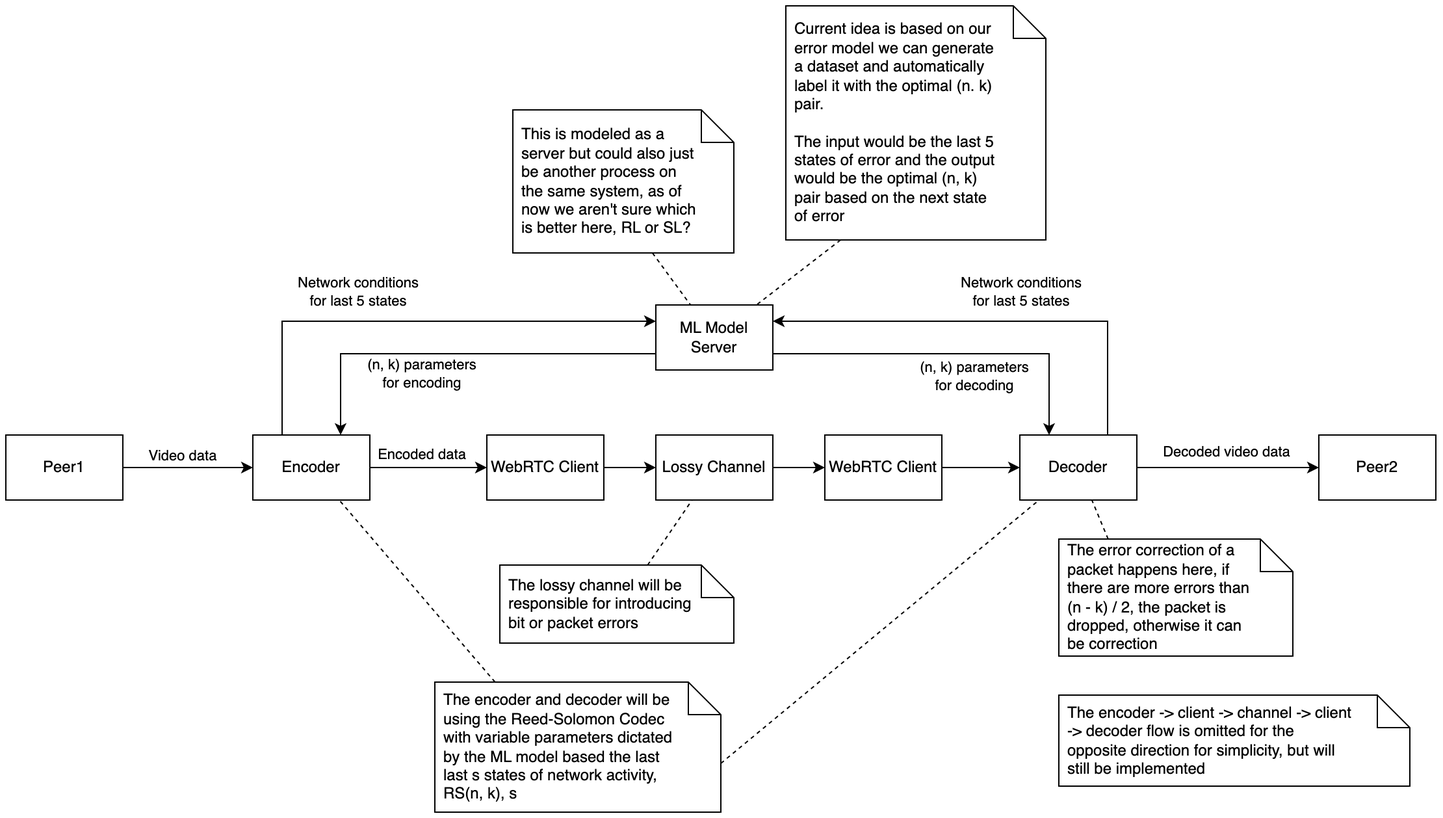
Above: system_diagram.png in jason-gerard/Adaptive-FEC-WebRTC (draw.io), before the change. Source tidied: cells renumbered, new cells last; positions are measured from the earlier drawing's top-left corner, leaving out a move shared by most shapes.
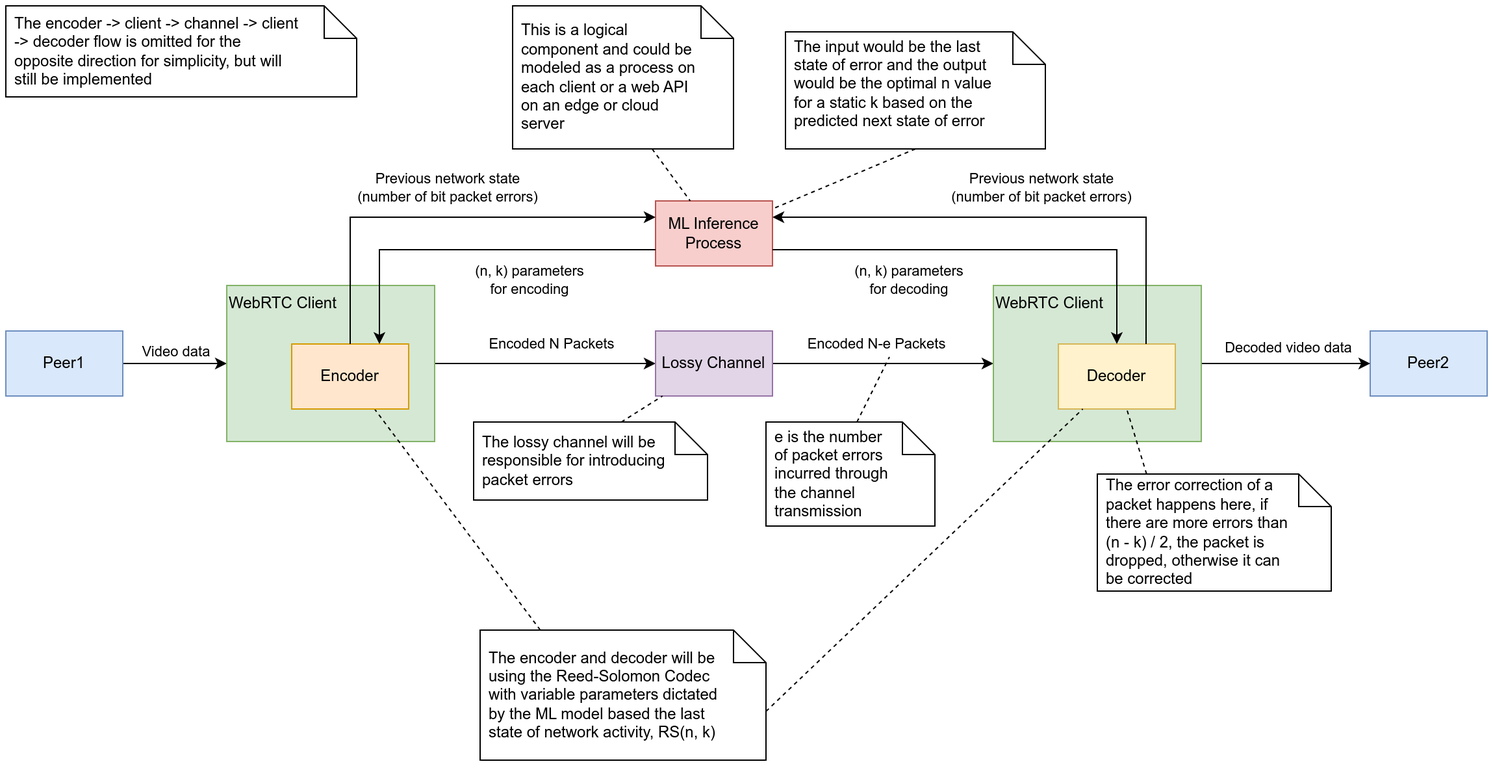
After the change.

The edit, as a diff of the source:
```diff
@@ -2,7 +2,7 @@
   <root>
     <mxCell id="0" />
     <mxCell id="1" parent="0" />
-    <mxCell id="2" style="edgeStyle=orthogonalEdgeStyle;rounded=0;jettySize=auto;html=1;exitX=1;exitY=0.5;exitDx=0;exitDy=0;entryX=0;entryY=0.5;entryDx=0;entryDy=0;" parent="1" edge="1" source="4" target="10">
+    <mxCell id="2" style="edgeStyle=orthogonalEdgeStyle;rounded=0;jettySize=auto;html=1;exitX=1;exitY=0.5;exitDx=0;exitDy=0;" parent="1" edge="1" source="4" target="17">
       <mxGeometry relative="1" as="geometry" />
     </mxCell>
     <mxCell id="3" value="Video data" style="edgeLabel;html=1;align=center;verticalAlign=middle;" parent="2" vertex="1">
@@ -10,77 +10,38 @@
         <mxPoint x="21" y="-10" as="offset" />
       </mxGeometry>
     </mxCell>
-    <mxCell id="4" value="Peer1" style="rounded=0;whiteSpace=wrap;html=1;" parent="1" vertex="1">
+    <mxCell id="4" value="Peer1" style="rounded=0;whiteSpace=wrap;html=1;fillColor=#dae8fc;strokeColor=#6c8ebf;" parent="1" vertex="1">
       <mxGeometry y="330" width="90" height="50" as="geometry" />
     </mxCell>
-    <mxCell id="5" value="Peer2" style="rounded=0;whiteSpace=wrap;html=1;" parent="1" vertex="1">
-      <mxGeometry x="1010" y="330" width="90" height="50" as="geometry" />
+    <mxCell id="5" value="Peer2" style="rounded=0;whiteSpace=wrap;html=1;fillColor=#dae8fc;strokeColor=#6c8ebf;" parent="1" vertex="1">
+      <mxGeometry x="1050" y="330" width="90" height="50" as="geometry" />
     </mxCell>
-    <mxCell id="6" style="edgeStyle=orthogonalEdgeStyle;rounded=0;jettySize=auto;html=1;entryX=0;entryY=0.25;entryDx=0;entryDy=0;exitX=0.25;exitY=0;exitDx=0;exitDy=0;" parent="1" edge="1" source="10" target="15">
-      <mxGeometry relative="1" as="geometry" />
-    </mxCell>
-    <mxCell id="7" value="Network conditions&lt;br&gt;for last 5 states" style="edgeLabel;html=1;align=center;verticalAlign=middle;" parent="6" vertex="1">
-      <mxGeometry x="-0.42" y="2" relative="1" as="geometry">
-        <mxPoint x="36" y="-21" as="offset" />
-      </mxGeometry>
-    </mxCell>
-    <mxCell id="8" style="edgeStyle=orthogonalEdgeStyle;rounded=0;jettySize=auto;html=1;exitX=1;exitY=0.5;exitDx=0;exitDy=0;entryX=0;entryY=0.5;entryDx=0;entryDy=0;" parent="1" edge="1" source="10" target="17">
-      <mxGeometry relative="1" as="geometry" />
-    </mxCell>
-    <mxCell id="9" value="Encoded data" style="edgeLabel;html=1;align=center;verticalAlign=middle;" parent="8" vertex="1">
-      <mxGeometry x="-0.21" relative="1" as="geometry">
-        <mxPoint x="4" y="-10" as="offset" />
-      </mxGeometry>
-    </mxCell>
-    <mxCell id="10" value="Encoder" style="rounded=0;whiteSpace=wrap;html=1;" parent="1" vertex="1">
-      <mxGeometry x="190" y="330" width="90" height="50" as="geometry" />
-    </mxCell>
-    <mxCell id="11" style="edgeStyle=orthogonalEdgeStyle;rounded=0;jettySize=auto;html=1;exitX=0;exitY=0.75;exitDx=0;exitDy=0;entryX=0.75;entryY=0;entryDx=0;entryDy=0;" parent="1" edge="1" source="15" target="10">
-      <mxGeometry relative="1" as="geometry" />
-    </mxCell>
-    <mxCell id="12" value="(n, k) parameters&lt;br&gt;for encoding" style="edgeLabel;html=1;align=center;verticalAlign=middle;" parent="11" vertex="1">
-      <mxGeometry x="0.3" y="-3" relative="1" as="geometry">
-        <mxPoint x="18" y="18" as="offset" />
-      </mxGeometry>
-    </mxCell>
-    <mxCell id="13" style="edgeStyle=orthogonalEdgeStyle;rounded=0;jettySize=auto;html=1;exitX=1;exitY=0.75;exitDx=0;exitDy=0;entryX=0.25;entryY=0;entryDx=0;entryDy=0;" parent="1" edge="1" source="15" target="26">
-      <mxGeometry relative="1" as="geometry" />
-    </mxCell>
-    <mxCell id="14" value="(n, k) parameters&lt;br style=&quot;border-color: var(--border-color);&quot;&gt;for decoding" style="edgeLabel;html=1;align=center;verticalAlign=middle;" parent="13" vertex="1">
-      <mxGeometry x="0.15" y="-1" relative="1" as="geometry">
-        <mxPoint x="-3" y="16" as="offset" />
-      </mxGeometry>
-    </mxCell>
-    <mxCell id="15" value="ML Model Server" style="rounded=0;whiteSpace=wrap;html=1;" parent="1" vertex="1">
+    <mxCell id="15" value="ML Inference Process" style="rounded=0;whiteSpace=wrap;html=1;fillColor=#f8cecc;strokeColor=#b85450;" parent="1" vertex="1">
       <mxGeometry x="500" y="230" width="90" height="50" as="geometry" />
     </mxCell>
     <mxCell id="16" style="edgeStyle=orthogonalEdgeStyle;rounded=0;jettySize=auto;html=1;exitX=1;exitY=0.5;exitDx=0;exitDy=0;entryX=0;entryY=0.5;entryDx=0;entryDy=0;" parent="1" edge="1" source="17" target="19">
       <mxGeometry relative="1" as="geometry" />
     </mxCell>
+    <mxCell id="45" value="Encoded N Packets" style="edgeLabel;html=1;align=center;verticalAlign=middle;" parent="16" vertex="1">
+      <mxGeometry x="-0.18" y="-2" relative="1" as="geometry">
+        <mxPoint x="21" y="-17" as="offset" />
+      </mxGeometry>
+    </mxCell>
-    <mxCell id="17" value="WebRTC Client" style="rounded=0;whiteSpace=wrap;html=1;" parent="1" vertex="1">
-      <mxGeometry x="370" y="330" width="90" height="50" as="geometry" />
+    <mxCell id="17" value="WebRTC Client" style="rounded=0;whiteSpace=wrap;html=1;verticalAlign=top;align=left;fillColor=#d5e8d4;strokeColor=#82b366;" parent="1" vertex="1">
+      <mxGeometry x="170" y="295" width="160" height="120" as="geometry" />
     </mxCell>
     <mxCell id="18" style="edgeStyle=orthogonalEdgeStyle;rounded=0;jettySize=auto;html=1;exitX=1;exitY=0.5;exitDx=0;exitDy=0;entryX=0;entryY=0.5;entryDx=0;entryDy=0;" parent="1" edge="1" source="19" target="21">
       <mxGeometry relative="1" as="geometry" />
     </mxCell>
+    <mxCell id="46" value="Encoded N-e Packets" style="edgeLabel;html=1;align=center;verticalAlign=middle;" parent="18" vertex="1">
+      <mxGeometry x="-0.19" y="2" relative="1" as="geometry">
+        <mxPoint x="11" y="-13" as="offset" />
+      </mxGeometry>
+    </mxCell>
-    <mxCell id="19" value="Lossy Channel" style="rounded=0;whiteSpace=wrap;html=1;" parent="1" vertex="1">
+    <mxCell id="19" value="Lossy Channel" style="rounded=0;whiteSpace=wrap;html=1;fillColor=#e1d5e7;strokeColor=#9673a6;" parent="1" vertex="1">
       <mxGeometry x="500" y="330" width="90" height="50" as="geometry" />
     </mxCell>
-    <mxCell id="20" style="edgeStyle=orthogonalEdgeStyle;rounded=0;jettySize=auto;html=1;exitX=1;exitY=0.5;exitDx=0;exitDy=0;entryX=0;entryY=0.5;entryDx=0;entryDy=0;" parent="1" edge="1" source="21" target="26">
-      <mxGeometry relative="1" as="geometry" />
-    </mxCell>
-    <mxCell id="21" value="WebRTC Client" style="rounded=0;whiteSpace=wrap;html=1;" parent="1" vertex="1">
-      <mxGeometry x="630" y="330" width="90" height="50" as="geometry" />
-    </mxCell>
-    <mxCell id="22" style="edgeStyle=orthogonalEdgeStyle;rounded=0;jettySize=auto;html=1;exitX=0.75;exitY=0;exitDx=0;exitDy=0;entryX=1;entryY=0.25;entryDx=0;entryDy=0;" parent="1" edge="1" source="26" target="15">
-      <mxGeometry relative="1" as="geometry" />
-    </mxCell>
-    <mxCell id="23" value="Network conditions&lt;br style=&quot;border-color: var(--border-color);&quot;&gt;for last 5 states" style="edgeLabel;html=1;align=center;verticalAlign=middle;" parent="22" vertex="1">
-      <mxGeometry x="0.2" relative="1" as="geometry">
-        <mxPoint x="53" y="-23" as="offset" />
-      </mxGeometry>
-    </mxCell>
-    <mxCell id="24" style="edgeStyle=orthogonalEdgeStyle;rounded=0;jettySize=auto;html=1;exitX=1;exitY=0.5;exitDx=0;exitDy=0;entryX=0;entryY=0.5;entryDx=0;entryDy=0;" parent="1" edge="1" source="26" target="5">
+    <mxCell id="24" style="edgeStyle=orthogonalEdgeStyle;rounded=0;jettySize=auto;html=1;exitX=1;exitY=0.5;exitDx=0;exitDy=0;entryX=0;entryY=0.5;entryDx=0;entryDy=0;" parent="1" edge="1" source="21" target="5">
       <mxGeometry relative="1" as="geometry" />
     </mxCell>
     <mxCell id="25" value="Decoded video data" style="edgeLabel;html=1;align=center;verticalAlign=middle;" parent="24" vertex="1">
@@ -88,25 +49,19 @@
         <mxPoint x="39" y="-10" as="offset" />
       </mxGeometry>
     </mxCell>
-    <mxCell id="26" value="Decoder" style="rounded=0;whiteSpace=wrap;html=1;" parent="1" vertex="1">
-      <mxGeometry x="780" y="330" width="90" height="50" as="geometry" />
-    </mxCell>
     <mxCell id="27" style="shape=note2;boundedLbl=1;whiteSpace=wrap;html=1;size=25;verticalAlign=top;align=left;spacingLeft=5;" parent="1" vertex="1">
-      <mxGeometry x="380" y="430" width="180" height="60" as="geometry" />
+      <mxGeometry x="360" y="400" width="180" height="60" as="geometry" />
     </mxCell>
-    <mxCell id="28" value="The lossy channel will be responsible for introducing bit or packet errors" style="strokeColor=none;fillColor=none;align=left;spacingLeft=5;html=1;whiteSpace=wrap;" parent="27" vertex="1">
+    <mxCell id="28" value="The lossy channel will be responsible for introducing packet errors" style="strokeColor=none;fillColor=none;align=left;spacingLeft=5;html=1;whiteSpace=wrap;" parent="27" vertex="1">
       <mxGeometry width="151.58" height="60" relative="1" as="geometry" />
     </mxCell>
     <mxCell id="29" style="rounded=0;jettySize=auto;html=1;exitX=0.75;exitY=0;exitDx=0;exitDy=0;endArrow=none;endFill=0;dashed=1;" parent="1" edge="1" source="28" target="19">
       <mxGeometry relative="1" as="geometry" />
     </mxCell>
-    <mxCell id="30" style="rounded=0;jettySize=auto;html=1;exitX=0;exitY=0;exitDx=220;exitDy=62.5;exitPerimeter=0;endArrow=none;endFill=0;dashed=1;" parent="1" edge="1" source="31" target="26">
-      <mxGeometry relative="1" as="geometry" />
-    </mxCell>
     <mxCell id="31" style="shape=note2;boundedLbl=1;whiteSpace=wrap;html=1;size=25;verticalAlign=top;align=left;spacingLeft=5;" parent="1" vertex="1">
-      <mxGeometry x="330" y="520" width="220" height="100" as="geometry" />
+      <mxGeometry x="365" y="560" width="220" height="100" as="geometry" />
     </mxCell>
-    <mxCell id="32" value="The encoder and decoder will be using the Reed-Solomon Codec with variable parameters dictated by the ML model based the last last s states of network activity, RS(n, k), s" style="strokeColor=none;fillColor=none;align=left;spacingLeft=5;html=1;whiteSpace=wrap;" parent="31" vertex="1">
+    <mxCell id="32" value="The encoder and decoder will be using the Reed-Solomon Codec with variable parameters dictated by the ML model based the last state of network activity, RS(n, k)" style="strokeColor=none;fillColor=none;align=left;spacingLeft=5;html=1;whiteSpace=wrap;" parent="31" vertex="1">
       <mxGeometry width="185.26" height="100" relative="1" as="geometry" />
     </mxCell>
     <mxCell id="33" style="rounded=0;jettySize=auto;html=1;exitX=0.25;exitY=0;exitDx=0;exitDy=0;dashed=1;endArrow=none;endFill=0;" parent="1" edge="1" source="32" target="10">
@@ -115,35 +70,92 @@
     <mxCell id="34" style="shape=note2;boundedLbl=1;whiteSpace=wrap;html=1;size=25;verticalAlign=top;align=left;spacingLeft=5;" parent="1" vertex="1">
       <mxGeometry x="390" y="80" width="170" height="110" as="geometry" />
     </mxCell>
-    <mxCell id="35" value="This is modeled as a server but could also just be another process on the same system, as of now we aren't sure which is better here, RL or SL?" style="strokeColor=none;fillColor=none;align=left;spacingLeft=5;html=1;whiteSpace=wrap;" parent="34" vertex="1">
+    <mxCell id="35" value="This is a logical component and could be modeled as a process on each client or a web API on an edge or cloud server" style="strokeColor=none;fillColor=none;align=left;spacingLeft=5;html=1;whiteSpace=wrap;" parent="34" vertex="1">
       <mxGeometry width="143.16" height="110" relative="1" as="geometry" />
     </mxCell>
     <mxCell id="36" style="rounded=0;jettySize=auto;html=1;dashed=1;endArrow=none;endFill=0;exitX=0.75;exitY=1;exitDx=0;exitDy=0;" parent="1" edge="1" source="35" target="15">
       <mxGeometry relative="1" as="geometry" />
     </mxCell>
     <mxCell id="37" style="shape=note2;boundedLbl=1;whiteSpace=wrap;html=1;size=25;verticalAlign=top;align=left;spacingLeft=5;" parent="1" vertex="1">
-      <mxGeometry x="810" y="410" width="180" height="90" as="geometry" />
+      <mxGeometry x="840" y="440" width="180" height="90" as="geometry" />
     </mxCell>
-    <mxCell id="38" value="The error correction of a packet happens here, if there are more errors than (n - k) / 2, the packet is dropped, otherwise it can be correction" style="strokeColor=none;fillColor=none;align=left;spacingLeft=5;html=1;whiteSpace=wrap;" parent="37" vertex="1">
+    <mxCell id="38" value="The error correction of a packet happens here, if there are more errors than (n - k) / 2, the packet is dropped, otherwise it can be corrected" style="strokeColor=none;fillColor=none;align=left;spacingLeft=5;html=1;whiteSpace=wrap;" parent="37" vertex="1">
       <mxGeometry width="151.58" height="90" relative="1" as="geometry" />
     </mxCell>
-    <mxCell id="39" style="rounded=0;jettySize=auto;html=1;exitX=0.25;exitY=0;exitDx=0;exitDy=0;dashed=1;endArrow=none;endFill=0;" parent="1" edge="1" source="38" target="26">
-      <mxGeometry relative="1" as="geometry" />
-    </mxCell>
     <mxCell id="40" style="shape=note2;boundedLbl=1;whiteSpace=wrap;html=1;size=25;verticalAlign=top;align=left;spacingLeft=5;" parent="1" vertex="1">
-      <mxGeometry x="810" y="530" width="270" height="70" as="geometry" />
+      <mxGeometry y="80" width="270" height="70" as="geometry" />
     </mxCell>
     <mxCell id="41" value="The encoder -&amp;gt; client -&amp;gt; channel -&amp;gt; client -&amp;gt; decoder flow is omitted for the opposite direction for simplicity, but will still be implemented" style="strokeColor=none;fillColor=none;align=left;spacingLeft=5;html=1;whiteSpace=wrap;" parent="40" vertex="1">
       <mxGeometry width="227.36" height="70" relative="1" as="geometry" />
     </mxCell>
     <mxCell id="42" style="shape=note2;boundedLbl=1;whiteSpace=wrap;html=1;size=25;verticalAlign=top;align=left;spacingLeft=5;" parent="1" vertex="1">
-      <mxGeometry x="600" width="200" height="180" as="geometry" />
+      <mxGeometry x="600" y="100" width="200" height="90" as="geometry" />
     </mxCell>
-    <mxCell id="43" value="Current idea is based on our error model we can generate a dataset and automatically label it with the optimal (n. k) pair. &lt;br&gt;&lt;br&gt;The input would be the last 5 states of error and the output would be the optimal (n, k) pair based on the next state of error" style="strokeColor=none;fillColor=none;align=left;spacingLeft=5;html=1;whiteSpace=wrap;" parent="42" vertex="1">
-      <mxGeometry width="168.42" height="180" relative="1" as="geometry" />
+    <mxCell id="43" value="The input would be the last state of error and the output would be the optimal n value for a static k based on the predicted next state of error" style="strokeColor=none;fillColor=none;align=left;spacingLeft=5;html=1;whiteSpace=wrap;" parent="42" vertex="1">
+      <mxGeometry width="168.42" height="80" relative="1" as="geometry" />
     </mxCell>
-    <mxCell id="44" style="rounded=0;jettySize=auto;html=1;dashed=1;endArrow=none;endFill=0;exitX=0.25;exitY=1;exitDx=0;exitDy=0;" parent="1" edge="1" source="43" target="15">
+    <mxCell id="44" style="rounded=0;jettySize=auto;html=1;dashed=1;endArrow=none;endFill=0;exitX=0.5;exitY=1;exitDx=0;exitDy=0;exitPerimeter=0;" parent="1" edge="1" source="42" target="15">
       <mxGeometry relative="1" as="geometry" />
     </mxCell>
+    <mxCell id="10" value="Encoder" style="rounded=0;whiteSpace=wrap;html=1;fillColor=#ffe6cc;strokeColor=#d79b00;" parent="1" vertex="1">
+      <mxGeometry x="220" y="340" width="90" height="50" as="geometry" />
+    </mxCell>
+    <mxCell id="6" style="edgeStyle=orthogonalEdgeStyle;rounded=0;jettySize=auto;html=1;entryX=0;entryY=0.25;entryDx=0;entryDy=0;exitX=0.5;exitY=0;exitDx=0;exitDy=0;" parent="1" edge="1" source="10" target="15">
+      <mxGeometry relative="1" as="geometry" />
+    </mxCell>
+    <mxCell id="7" value="Previous network state&lt;br&gt;(number of bit packet errors)" style="edgeLabel;html=1;align=center;verticalAlign=middle;" parent="6" vertex="1">
+      <mxGeometry x="-0.42" y="2" relative="1" as="geometry">
+        <mxPoint x="75" y="-21" as="offset" />
+      </mxGeometry>
+    </mxCell>
+    <mxCell id="11" style="edgeStyle=orthogonalEdgeStyle;rounded=0;jettySize=auto;html=1;exitX=0;exitY=0.75;exitDx=0;exitDy=0;entryX=0.75;entryY=0;entryDx=0;entryDy=0;" parent="1" edge="1" source="15" target="10">
+      <mxGeometry relative="1" as="geometry" />
+    </mxCell>
+    <mxCell id="12" value="(n, k) parameters&lt;br&gt;for encoding" style="edgeLabel;html=1;align=center;verticalAlign=middle;" parent="11" vertex="1">
+      <mxGeometry x="0.3" y="-3" relative="1" as="geometry">
+        <mxPoint x="88" y="26" as="offset" />
+      </mxGeometry>
+    </mxCell>
+    <mxCell id="21" value="WebRTC Client" style="rounded=0;whiteSpace=wrap;html=1;verticalAlign=top;align=left;fillColor=#d5e8d4;strokeColor=#82b366;" parent="1" vertex="1">
+      <mxGeometry x="760" y="295" width="160" height="120" as="geometry" />
+    </mxCell>
+    <mxCell id="26" value="Decoder" style="rounded=0;whiteSpace=wrap;html=1;fillColor=#fff2cc;strokeColor=#d6b656;" parent="1" vertex="1">
+      <mxGeometry x="810" y="340" width="90" height="50" as="geometry" />
+    </mxCell>
+    <mxCell id="13" style="edgeStyle=orthogonalEdgeStyle;rounded=0;jettySize=auto;html=1;exitX=1;exitY=0.75;exitDx=0;exitDy=0;entryX=0.5;entryY=0;entryDx=0;entryDy=0;" parent="1" edge="1" source="15" target="26">
+      <mxGeometry relative="1" as="geometry" />
+    </mxCell>
+    <mxCell id="14" value="(n, k) parameters&lt;br style=&quot;border-color: var(--border-color);&quot;&gt;for decoding" style="edgeLabel;html=1;align=center;verticalAlign=middle;" parent="13" vertex="1">
+      <mxGeometry x="0.15" y="-1" relative="1" as="geometry">
+        <mxPoint x="-88" y="22" as="offset" />
+      </mxGeometry>
+    </mxCell>
+    <mxCell id="22" style="edgeStyle=orthogonalEdgeStyle;rounded=0;jettySize=auto;html=1;exitX=0.75;exitY=0;exitDx=0;exitDy=0;entryX=1;entryY=0.25;entryDx=0;entryDy=0;" parent="1" edge="1" source="26" target="15">
+      <mxGeometry relative="1" as="geometry" />
+    </mxCell>
+    <mxCell id="23" value="Previous network state&lt;br style=&quot;border-color: var(--border-color);&quot;&gt;(number of bit packet errors)" style="edgeLabel;html=1;align=center;verticalAlign=middle;" parent="22" vertex="1">
+      <mxGeometry x="0.2" relative="1" as="geometry">
+        <mxPoint x="53" y="-23" as="offset" />
+      </mxGeometry>
+    </mxCell>
+    <mxCell id="30" style="rounded=0;jettySize=auto;html=1;exitX=0;exitY=0;exitDx=220;exitDy=62.5;exitPerimeter=0;endArrow=none;endFill=0;dashed=1;" parent="1" edge="1" source="31" target="26">
+      <mxGeometry relative="1" as="geometry" />
+    </mxCell>
+    <mxCell id="39" style="rounded=0;jettySize=auto;html=1;exitX=0.25;exitY=0;exitDx=0;exitDy=0;dashed=1;endArrow=none;endFill=0;" parent="1" edge="1" source="38" target="26">
+      <mxGeometry relative="1" as="geometry" />
+    </mxCell>
+    <mxCell id="47" style="rounded=0;jettySize=auto;html=1;exitX=0;exitY=0;exitDx=70;exitDy=0;exitPerimeter=0;endArrow=none;endFill=0;dashed=1;" parent="1" edge="1" source="48">
+      <mxGeometry relative="1" as="geometry">
+        <mxPoint x="680" y="350" as="targetPoint" />
+      </mxGeometry>
+    </mxCell>
+    <mxCell id="48" style="shape=note2;boundedLbl=1;whiteSpace=wrap;html=1;size=25;verticalAlign=top;align=left;spacingLeft=5;" parent="1" vertex="1">
+      <mxGeometry x="585" y="400" width="130" height="80" as="geometry" />
+    </mxCell>
+    <mxCell id="49" value="e is the number of packet errors incurred through the channel transmission" style="strokeColor=none;fillColor=none;align=left;spacingLeft=5;html=1;whiteSpace=wrap;" parent="48" vertex="1">
+      <mxGeometry width="94.55" height="60" relative="1" as="geometry">
+        <mxPoint y="10" as="offset" />
+      </mxGeometry>
+    </mxCell>
   </root>
 </mxGraphModel>
```
